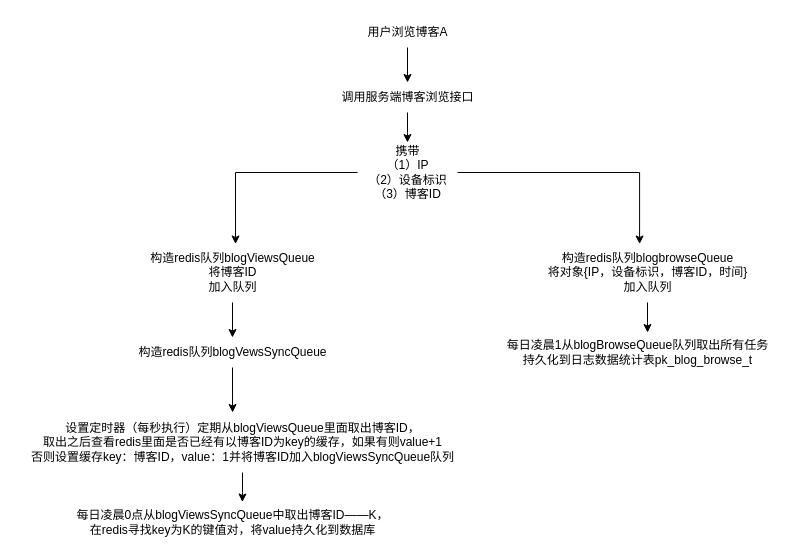
red-fox-yj/draw.io keeps this draw.io diagram as 博客浏览数据高并发统计模型.drawio. Above is the earlier version. Source tidied: cells renumbered, new cells numbered last; positions are measured from the earlier drawing's top-left corner, leaving out a move shared by most shapes. Both pictures are drawn from the tidied source at 100%, with x=0, y=0 at pixel (17, 17).
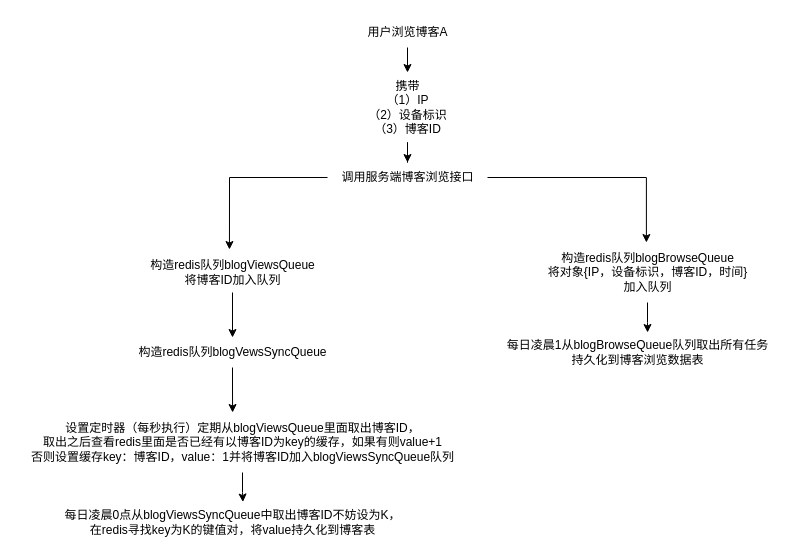
The same diagram, later.

Commit message (it also covers changes not shown here):
更新博客浏览数据高并发统计模型.drawio

The change refers to these unchanged cells:
```xml
<mxCell id="3" value="用户浏览博客A" style="text;html=1;align=center;verticalAlign=middle;points=[];strokeColor=none;fillColor=none;" parent="1" vertex="1">
  <mxGeometry x="340" width="100" height="30" as="geometry" />
</mxCell>
```

The edit, as a diff of the source:
```diff
@@
-    <mxCell id="2" style="edgeStyle=orthogonalEdgeStyle;rounded=0;jettySize=auto;html=1;" parent="1" edge="1" source="3" target="5">
-      <mxGeometry relative="1" as="geometry" />
-    </mxCell>
+    <mxCell id="19" style="edgeStyle=orthogonalEdgeStyle;rounded=0;jettySize=auto;html=1;" parent="1" edge="1" source="3" target="8">
+      <mxGeometry relative="1" as="geometry" />
+    </mxCell>
@@
-    <mxCell id="4" style="edgeStyle=orthogonalEdgeStyle;rounded=0;jettySize=auto;html=1;" parent="1" edge="1" source="5">
-      <mxGeometry relative="1" as="geometry">
-        <mxPoint x="390" y="125" as="targetPoint" />
-      </mxGeometry>
-    </mxCell>
+    <mxCell id="20" style="edgeStyle=orthogonalEdgeStyle;rounded=0;jettySize=auto;html=1;entryX=0.495;entryY=0;entryDx=0;entryDy=0;entryPerimeter=0;" parent="1" edge="1" source="5" target="17">
+      <mxGeometry relative="1" as="geometry" />
+    </mxCell>
+    <mxCell id="21" style="edgeStyle=orthogonalEdgeStyle;rounded=0;jettySize=auto;html=1;entryX=0.484;entryY=-0.075;entryDx=0;entryDy=0;entryPerimeter=0;" parent="1" edge="1" source="5" target="10">
+      <mxGeometry relative="1" as="geometry">
+        <Array as="points">
+          <mxPoint x="212" y="160" />
+        </Array>
+      </mxGeometry>
+    </mxCell>
     <mxCell id="5" value="调用服务端博客浏览接口" style="text;html=1;align=center;verticalAlign=middle;points=[];strokeColor=none;fillColor=none;" parent="1" vertex="1">
-      <mxGeometry x="310" y="65" width="160" height="30" as="geometry" />
+      <mxGeometry x="310" y="145" width="160" height="30" as="geometry" />
     </mxCell>
-    <mxCell id="6" style="edgeStyle=orthogonalEdgeStyle;rounded=0;jettySize=auto;html=1;entryX=0.516;entryY=0.025;entryDx=0;entryDy=0;entryPerimeter=0;" parent="1" edge="1" source="8" target="10">
-      <mxGeometry relative="1" as="geometry" />
-    </mxCell>
-    <mxCell id="7" style="edgeStyle=orthogonalEdgeStyle;rounded=0;jettySize=auto;html=1;entryX=0.464;entryY=0.025;entryDx=0;entryDy=0;entryPerimeter=0;" parent="1" edge="1" source="8" target="17">
-      <mxGeometry relative="1" as="geometry" />
-    </mxCell>
+    <mxCell id="22" style="edgeStyle=orthogonalEdgeStyle;rounded=0;jettySize=auto;html=1;" parent="1" edge="1" source="8" target="5">
+      <mxGeometry relative="1" as="geometry" />
+    </mxCell>
     <mxCell id="8" value="携带&lt;br&gt;（1）IP&lt;br&gt;（2）设备标识&lt;br&gt;（3）博客ID" style="text;html=1;align=center;verticalAlign=middle;points=[];strokeColor=none;fillColor=none;" parent="1" vertex="1">
-      <mxGeometry x="340" y="120" width="100" height="70" as="geometry" />
+      <mxGeometry x="340" y="55" width="100" height="70" as="geometry" />
     </mxCell>
@@
-    <mxCell id="10" value="构造redis队列blogViewsQueue&lt;br&gt;将博客ID&lt;br&gt;加入队列" style="text;html=1;align=center;verticalAlign=middle;points=[];strokeColor=none;fillColor=none;" parent="1" vertex="1">
-      <mxGeometry x="120" y="225" width="190" height="60" as="geometry" />
+    <mxCell id="10" value="构造redis队列blogViewsQueue&lt;br&gt;将博客ID加入队列" style="text;html=1;align=center;verticalAlign=middle;points=[];strokeColor=none;fillColor=none;" parent="1" vertex="1">
+      <mxGeometry x="120" y="235" width="190" height="40" as="geometry" />
     </mxCell>
@@
-    <mxCell id="15" value="每日凌晨0点从blogViewsSyncQueue中取出博客ID——K，&lt;br&gt;在redis寻找key为K的键值对，将value持久化到数据库" style="text;html=1;align=center;verticalAlign=middle;points=[];strokeColor=none;fillColor=none;" parent="1" vertex="1">
-      <mxGeometry x="45" y="485" width="340" height="40" as="geometry" />
+    <mxCell id="15" value="每日凌晨0点从blogViewsSyncQueue中取出博客ID不妨设为K，&lt;br&gt;在redis寻找key为K的键值对，将value持久化到博客表" style="text;html=1;align=center;verticalAlign=middle;points=[];strokeColor=none;fillColor=none;" parent="1" vertex="1">
+      <mxGeometry x="35" y="485" width="360" height="40" as="geometry" />
     </mxCell>
@@
-    <mxCell id="17" value="构造redis队列blogbrowseQueue&lt;br style=&quot;border-color: var(--border-color);&quot;&gt;将对象{IP，设备标识，博客ID，时间}&lt;br style=&quot;border-color: var(--border-color);&quot;&gt;加入队列" style="text;html=1;align=center;verticalAlign=middle;points=[];strokeColor=none;fillColor=none;" parent="1" vertex="1">
+    <mxCell id="17" value="构造redis队列blogBrowseQueue&lt;br style=&quot;border-color: var(--border-color);&quot;&gt;将对象{IP，设备标识，博客ID，时间}&lt;br style=&quot;border-color: var(--border-color);&quot;&gt;加入队列" style="text;html=1;align=center;verticalAlign=middle;points=[];strokeColor=none;fillColor=none;" parent="1" vertex="1">
       <mxGeometry x="520" y="225" width="220" height="60" as="geometry" />
     </mxCell>
-    <mxCell id="18" value="每日凌晨1从blogBrowseQueue队列取出所有任务&lt;br&gt;持久化到日志数据统计表pk_blog_browse_t" style="text;html=1;align=center;verticalAlign=middle;points=[];strokeColor=none;fillColor=none;" parent="1" vertex="1">
+    <mxCell id="18" value="每日凌晨1从blogBrowseQueue队列取出所有任务&lt;br&gt;持久化到博客浏览数据表" style="text;html=1;align=center;verticalAlign=middle;points=[];strokeColor=none;fillColor=none;" parent="1" vertex="1">
       <mxGeometry x="480" y="315" width="280" height="40" as="geometry" />
     </mxCell>
```
